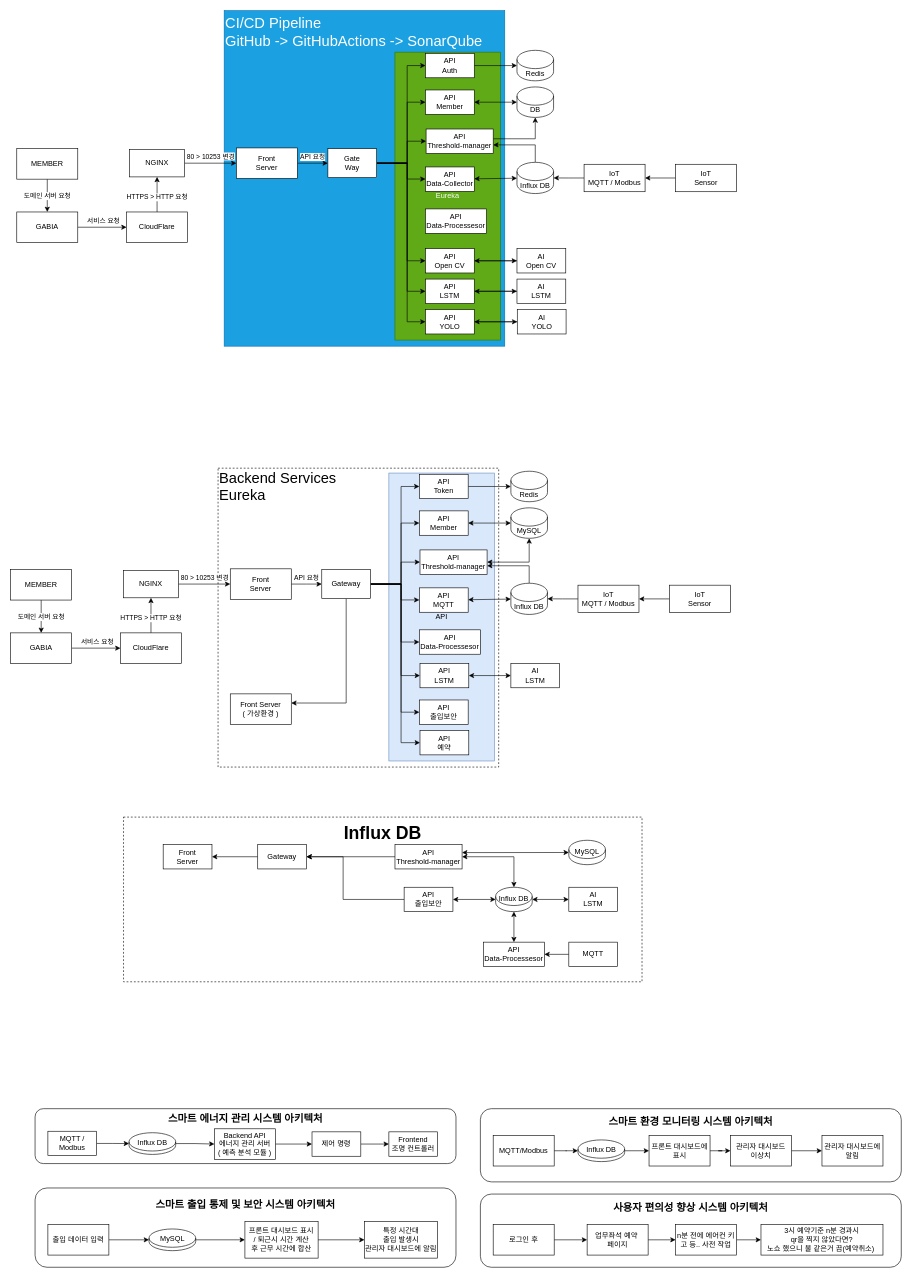
Above: team2-pangyo-coffee-legends.drawio.xml in nhnacademy-aiot2-pangyo-coffee-legends/drawio (draw.io), before the change. Source tidied: cells renumbered, new cells numbered last; positions are measured from the earlier drawing's top-left corner, leaving out a move shared by most shapes. Both pictures are drawn from the tidied source at 61%, with x=0, y=0 at pixel (10, 10).
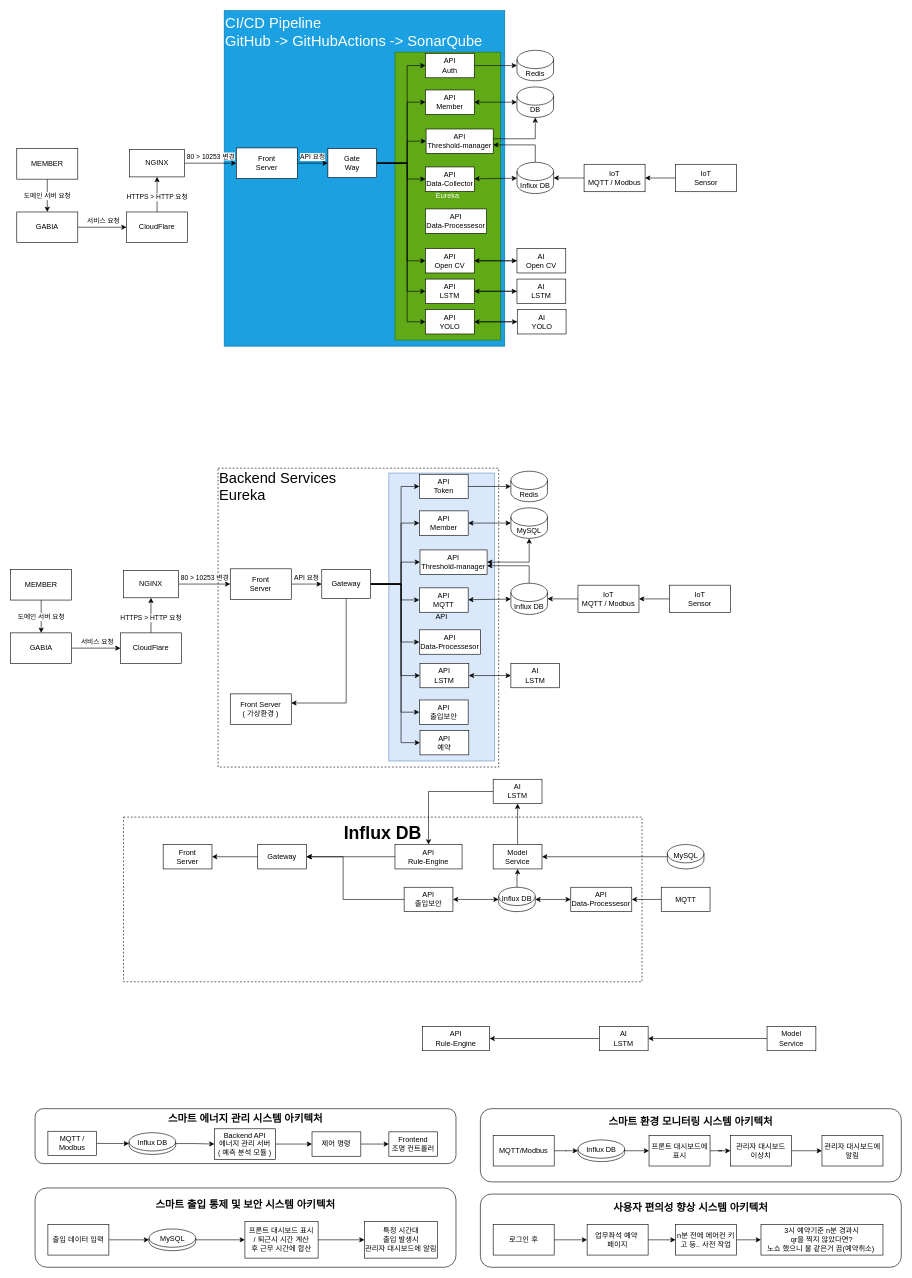
After the change.

What changed in the source:
```diff
@@
+    <mxCell id="161" style="edgeStyle=orthogonalEdgeStyle;rounded=0;jettySize=auto;html=1;" parent="1" edge="1" source="143" target="165">
+      <mxGeometry relative="1" as="geometry" />
+    </mxCell>
     <mxCell id="143" value="Influx&amp;nbsp;&lt;span style=&quot;background-color: transparent; color: light-dark(rgb(0, 0, 0), rgb(255, 255, 255));&quot;&gt;DB&lt;/span&gt;&lt;div&gt;&lt;span style=&quot;background-color: transparent; color: light-dark(rgb(0, 0, 0), rgb(255, 255, 255));&quot;&gt;&lt;br&gt;&lt;/span&gt;&lt;/div&gt;&lt;div&gt;&lt;span style=&quot;background-color: transparent; color: light-dark(rgb(0, 0, 0), rgb(255, 255, 255));&quot;&gt;&lt;br&gt;&lt;/span&gt;&lt;/div&gt;" style="shape=cylinder3;whiteSpace=wrap;html=1;boundedLbl=1;backgroundOutline=1;size=15;" parent="1" vertex="1">
-      <mxGeometry x="795" y="1437" width="60" height="40" as="geometry" />
+      <mxGeometry x="800" y="1437" width="60" height="40" as="geometry" />
     </mxCell>
+    <mxCell id="162" style="edgeStyle=orthogonalEdgeStyle;rounded=0;jettySize=auto;html=1;" parent="1" edge="1" source="144" target="151">
+      <mxGeometry relative="1" as="geometry" />
+    </mxCell>
     <mxCell id="144" value="&lt;div&gt;AI&lt;/div&gt;&lt;div&gt;LSTM&lt;/div&gt;" style="rounded=0;whiteSpace=wrap;html=1;" parent="1" vertex="1">
-      <mxGeometry x="915" y="1437" width="80" height="40" as="geometry" />
+      <mxGeometry x="791" y="1260" width="80" height="40" as="geometry" />
     </mxCell>
-    <mxCell id="145" style="endArrow=classic;startArrow=classic;html=1;rounded=0;" parent="1" edge="1" source="143" target="144">
-      <mxGeometry relative="1" as="geometry" />
-    </mxCell>
     <mxCell id="146" value="&lt;div&gt;API&lt;/div&gt;Data-Processesor" style="rounded=0;whiteSpace=wrap;html=1;" parent="1" vertex="1">
-      <mxGeometry x="775" y="1527" width="100" height="40" as="geometry" />
+      <mxGeometry x="918.2" y="1437" width="100" height="40" as="geometry" />
     </mxCell>
@@
-    <mxCell id="151" value="&lt;div&gt;API&lt;/div&gt;Threshold-manager" style="rounded=0;whiteSpace=wrap;html=1;" parent="1" vertex="1">
+    <mxCell id="151" value="&lt;div&gt;API&lt;/div&gt;Rule-Engine" style="rounded=0;whiteSpace=wrap;html=1;" parent="1" vertex="1">
       <mxGeometry x="630" y="1367" width="110" height="40" as="geometry" />
     </mxCell>
-    <mxCell id="152" style="endArrow=classic;startArrow=classic;html=1;rounded=0;" parent="1" edge="1" source="151" target="143">
-      <mxGeometry relative="1" as="geometry">
-        <Array as="points">
-          <mxPoint x="825" y="1387" />
-        </Array>
-      </mxGeometry>
-    </mxCell>
@@
+    <mxCell id="163" style="edgeStyle=orthogonalEdgeStyle;rounded=0;jettySize=auto;html=1;" parent="1" edge="1" source="154" target="165">
+      <mxGeometry relative="1" as="geometry" />
+    </mxCell>
     <mxCell id="154" value="MySQL&lt;br&gt;&lt;div&gt;&lt;span style=&quot;background-color: transparent; color: light-dark(rgb(0, 0, 0), rgb(255, 255, 255));&quot;&gt;&lt;br&gt;&lt;/span&gt;&lt;/div&gt;&lt;div&gt;&lt;span style=&quot;background-color: transparent; color: light-dark(rgb(0, 0, 0), rgb(255, 255, 255));&quot;&gt;&lt;br&gt;&lt;/span&gt;&lt;/div&gt;" style="shape=cylinder3;whiteSpace=wrap;html=1;boundedLbl=1;backgroundOutline=1;size=15;" parent="1" vertex="1">
-      <mxGeometry x="915" y="1360" width="60" height="40" as="geometry" />
+      <mxGeometry x="1076.5" y="1367" width="60" height="40" as="geometry" />
     </mxCell>
-    <mxCell id="155" style="endArrow=classic;startArrow=classic;html=1;rounded=0;" parent="1" edge="1" source="154">
-      <mxGeometry relative="1" as="geometry">
-        <mxPoint x="740" y="1380.2" as="targetPoint" />
-      </mxGeometry>
-    </mxCell>
@@
     <mxCell id="160" value="&lt;div&gt;MQTT&lt;/div&gt;" style="rounded=0;whiteSpace=wrap;html=1;" parent="1" vertex="1">
-      <mxGeometry x="915" y="1527" width="80" height="40" as="geometry" />
+      <mxGeometry x="1066.5" y="1437" width="80" height="40" as="geometry" />
     </mxCell>
+    <mxCell id="164" style="edgeStyle=orthogonalEdgeStyle;rounded=0;jettySize=auto;html=1;" parent="1" edge="1" source="165" target="144">
+      <mxGeometry relative="1" as="geometry" />
+    </mxCell>
+    <mxCell id="165" value="&lt;div&gt;Model&lt;/div&gt;&lt;div&gt;Service&lt;/div&gt;" style="rounded=0;whiteSpace=wrap;html=1;" parent="1" vertex="1">
+      <mxGeometry x="791" y="1367" width="80" height="40" as="geometry" />
+    </mxCell>
+    <mxCell id="166" style="edgeStyle=orthogonalEdgeStyle;rounded=0;jettySize=auto;html=1;" parent="1" edge="1" source="167" target="169">
+      <mxGeometry relative="1" as="geometry" />
+    </mxCell>
+    <mxCell id="167" value="&lt;div&gt;Model&lt;/div&gt;&lt;div&gt;Service&lt;/div&gt;" style="rounded=0;whiteSpace=wrap;html=1;" parent="1" vertex="1">
+      <mxGeometry x="1240" y="1665" width="80" height="40" as="geometry" />
+    </mxCell>
+    <mxCell id="168" style="edgeStyle=orthogonalEdgeStyle;rounded=0;jettySize=auto;html=1;" parent="1" edge="1" source="169" target="170">
+      <mxGeometry relative="1" as="geometry" />
+    </mxCell>
+    <mxCell id="169" value="&lt;div&gt;AI&lt;/div&gt;&lt;div&gt;LSTM&lt;/div&gt;" style="rounded=0;whiteSpace=wrap;html=1;" parent="1" vertex="1">
+      <mxGeometry x="965" y="1665" width="80" height="40" as="geometry" />
+    </mxCell>
+    <mxCell id="170" value="&lt;div&gt;API&lt;/div&gt;Rule-Engine" style="rounded=0;whiteSpace=wrap;html=1;" parent="1" vertex="1">
+      <mxGeometry x="675" y="1665" width="110" height="40" as="geometry" />
+    </mxCell>
```
